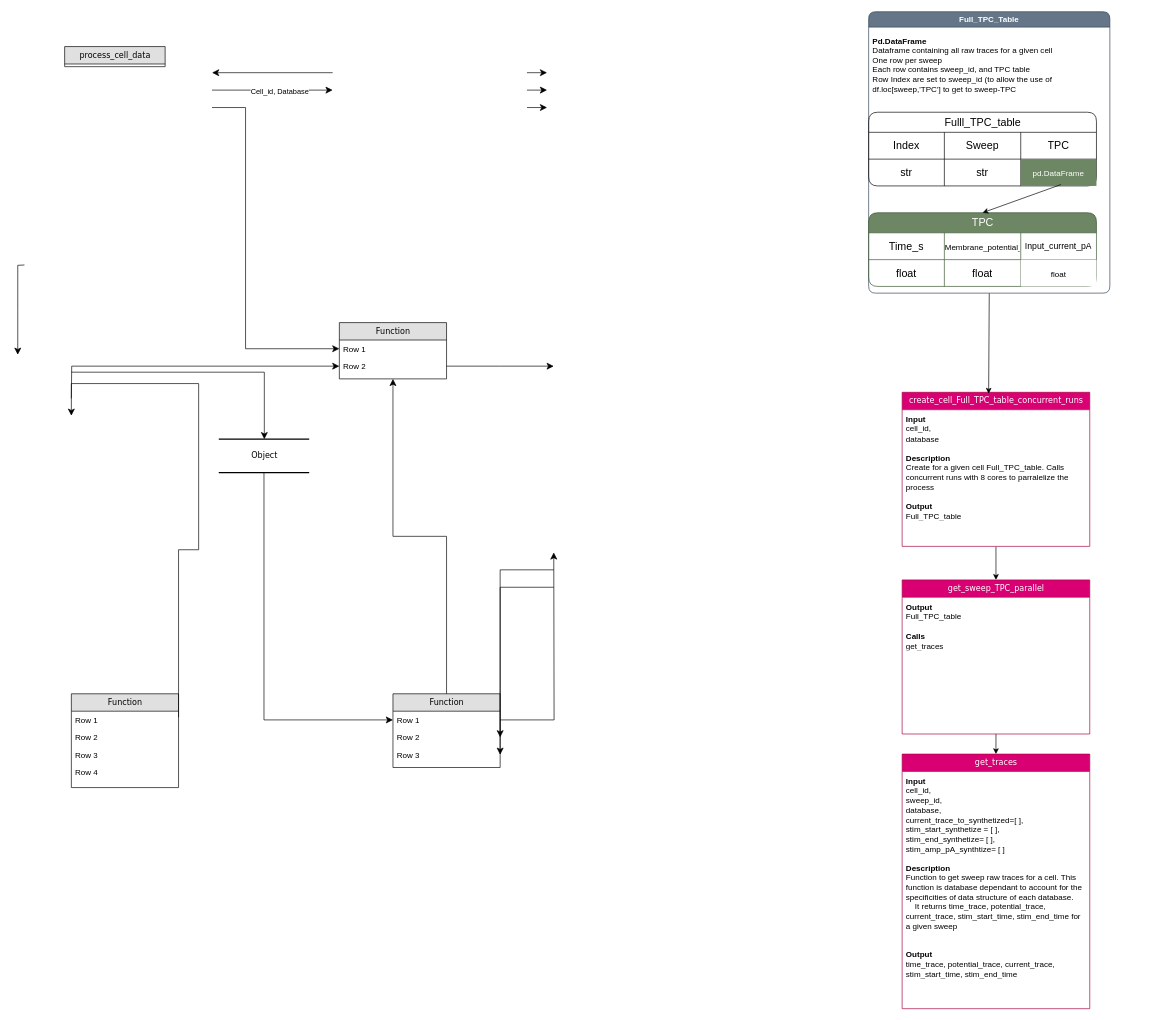
Above: Data_treatment_pipeline.drawio in Jballbe/Libraries (draw.io), before the change. Source tidied: cells renumbered, new cells numbered last; positions are measured from the earlier drawing's top-left corner, leaving out a move shared by most shapes. Both pictures are drawn from the tidied source at 67%, with x=0, y=0 at pixel (17, 11).
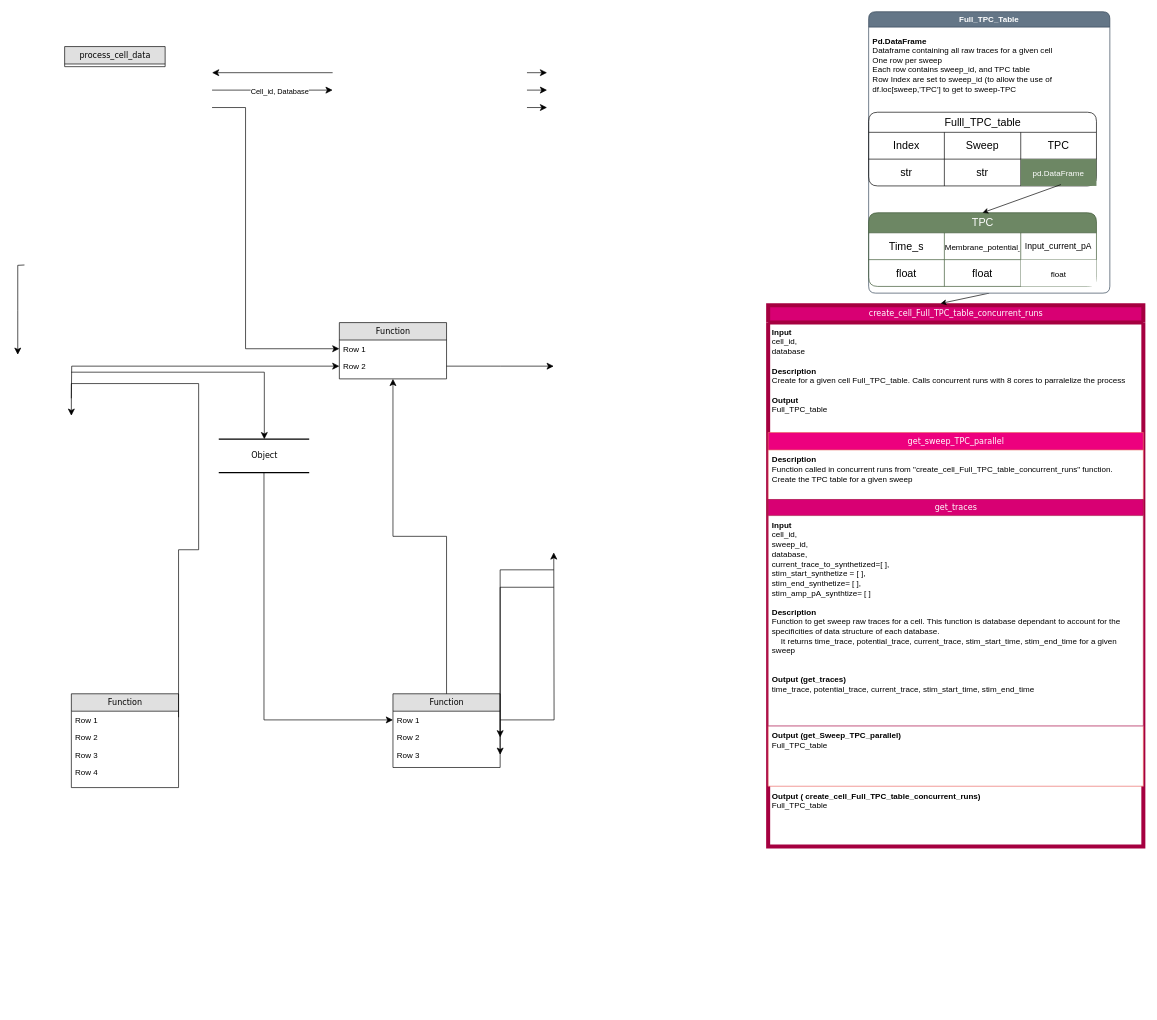
The same diagram, later.

Commit message:
Mettre à jour Data_treatment_pipeline.drawio

What changed in the source:
```diff
@@
-    <mxCell id="3" style="edgeStyle=none;shape=connector;rounded=1;hachureGap=4;jettySize=auto;html=1;exitX=0.5;exitY=1;exitDx=0;exitDy=0;entryX=0.5;entryY=0;entryDx=0;entryDy=0;labelBackgroundColor=default;strokeColor=default;fontFamily=Helvetica;fontSize=12;fontColor=default;endArrow=classic;" parent="1" edge="1" source="4" target="61">
-      <mxGeometry relative="1" as="geometry" />
-    </mxCell>
-    <mxCell id="4" value="create_cell_Full_TPC_table_concurrent_runs" style="swimlane;html=1;fontStyle=0;horizontal=1;startSize=26;fillColor=#d80073;swimlaneFillColor=#ffffff;align=center;rounded=0;shadow=0;comic=0;labelBackgroundColor=none;strokeWidth=1;fontFamily=Verdana;fontSize=12;fontColor=#ffffff;strokeColor=#A50040;" parent="1" vertex="1">
-      <mxGeometry x="1320" y="568" width="280" height="230" as="geometry" />
+    <mxCell id="4" value="create_cell_Full_TPC_table_concurrent_runs" style="swimlane;html=1;fontStyle=0;horizontal=1;startSize=26;fillColor=#d80073;swimlaneFillColor=#ffffff;align=center;rounded=0;shadow=0;comic=0;labelBackgroundColor=none;strokeWidth=6;fontFamily=Verdana;fontSize=12;fontColor=#ffffff;strokeColor=#A50040;perimeterSpacing=10;" parent="1" vertex="1">
+      <mxGeometry x="1120" y="438" width="560" height="808" as="geometry" />
     </mxCell>
     <mxCell id="5" value="&lt;div style=&quot;font-size: 12px;&quot;&gt;&lt;b&gt;Input&lt;/b&gt;&lt;/div&gt;&lt;div style=&quot;font-size: 12px;&quot;&gt;cell_id,&lt;/div&gt;&lt;div style=&quot;font-size: 12px;&quot;&gt;database&lt;/div&gt;&lt;div style=&quot;font-size: 12px;&quot;&gt;&lt;br&gt;&lt;/div&gt;&lt;div style=&quot;font-size: 12px;&quot;&gt;&lt;b&gt;Description&lt;/b&gt;&lt;/div&gt;&lt;div style=&quot;font-size: 12px;&quot;&gt;Create for a given cell Full_TPC_table. Calls concurrent runs with 8 cores to parralelize the process&lt;b&gt;&lt;br&gt;&lt;/b&gt;&lt;/div&gt;&lt;div style=&quot;font-size: 12px;&quot;&gt;&lt;br&gt;&lt;/div&gt;&lt;div style=&quot;font-size: 12px;&quot;&gt;&lt;b&gt;Output&lt;/b&gt;&lt;/div&gt;&lt;div style=&quot;font-size: 12px;&quot;&gt;Full_TPC_table&lt;/div&gt;" style="text;html=1;strokeColor=none;fillColor=none;spacingLeft=4;spacingRight=4;whiteSpace=wrap;overflow=hidden;spacingTop=1;spacing=2;fontSize=12;rounded=0;" parent="4" vertex="1">
-      <mxGeometry y="26" width="280" height="164" as="geometry" />
+      <mxGeometry y="26" width="560" height="164" as="geometry" />
     </mxCell>
+    <mxCell id="61" value="get_sweep_TPC_parallel" style="swimlane;html=1;fontStyle=0;horizontal=1;startSize=26;fillColor=#ED007E;swimlaneFillColor=#ffffff;align=center;rounded=0;shadow=0;comic=0;labelBackgroundColor=none;strokeWidth=1;fontFamily=Verdana;fontSize=12;fontColor=#ffffff;strokeColor=#EA6B66;" parent="4" vertex="1">
+      <mxGeometry y="190" width="560" height="528" as="geometry" />
+    </mxCell>
+    <mxCell id="62" value="&lt;div style=&quot;font-size: 12px;&quot;&gt;&lt;div style=&quot;border-color: var(--border-color);&quot;&gt;&lt;b style=&quot;border-color: var(--border-color);&quot;&gt;Description&lt;/b&gt;&lt;/div&gt;&lt;div style=&quot;border-color: var(--border-color);&quot;&gt;&lt;div style=&quot;border-color: var(--border-color);&quot;&gt;Function called in concurrent runs from &quot;create_cell_Full_TPC_table_concurrent_runs&quot; function.&amp;nbsp;&lt;/div&gt;&lt;div style=&quot;border-color: var(--border-color);&quot;&gt;Create the TPC table for a given sweep&lt;/div&gt;&lt;/div&gt;&lt;/div&gt;" style="text;html=1;strokeColor=none;fillColor=none;spacingLeft=4;spacingRight=4;whiteSpace=wrap;overflow=hidden;spacingTop=1;spacing=2;fontSize=12;rounded=0;" parent="61" vertex="1">
+      <mxGeometry y="26" width="560" height="74" as="geometry" />
+    </mxCell>
+    <mxCell id="36" value="get_traces" style="swimlane;html=1;fontStyle=0;horizontal=1;startSize=24;fillColor=#d80073;swimlaneFillColor=#ffffff;align=center;rounded=0;shadow=0;comic=0;labelBackgroundColor=none;strokeWidth=1;fontFamily=Verdana;fontSize=12;fontColor=#ffffff;strokeColor=#A50040;" parent="61" vertex="1">
+      <mxGeometry y="100" width="560" height="338" as="geometry" />
+    </mxCell>
+    <mxCell id="37" value="&lt;div style=&quot;font-size: 12px;&quot;&gt;&lt;b&gt;Input&lt;/b&gt;&lt;/div&gt;&lt;div style=&quot;font-size: 12px;&quot;&gt;cell_id,&lt;/div&gt;&lt;div style=&quot;font-size: 12px;&quot;&gt;sweep_id,&lt;/div&gt;&lt;div style=&quot;font-size: 12px;&quot;&gt;database,&lt;/div&gt;&lt;div style=&quot;font-size: 12px;&quot;&gt;current_trace_to_synthetized=[ ],&lt;/div&gt;&lt;div style=&quot;font-size: 12px;&quot;&gt;stim_start_synthetize = [ ],&lt;/div&gt;&lt;div style=&quot;font-size: 12px;&quot;&gt;stim_end_synthetize= [ ],&lt;/div&gt;&lt;div style=&quot;font-size: 12px;&quot;&gt;stim_amp_pA_synthtize= [ ]&lt;/div&gt;&lt;div style=&quot;font-size: 12px;&quot;&gt;&lt;br&gt;&lt;/div&gt;&lt;div style=&quot;font-size: 12px;&quot;&gt;&lt;b&gt;Description&lt;/b&gt;&lt;/div&gt;&lt;div style=&quot;font-size: 12px;&quot;&gt;&lt;div&gt;Function to get sweep raw traces for a cell. This function is database dependant to account for the specificities of data structure of each database.&lt;/div&gt;&lt;div&gt;&amp;nbsp; &amp;nbsp; It returns time_trace, potential_trace, current_trace, stim_start_time, stim_end_time for a given sweep&lt;/div&gt;&lt;div&gt;&lt;br&gt;&lt;/div&gt;&lt;/div&gt;&lt;div style=&quot;font-size: 12px;&quot;&gt;&lt;br&gt;&lt;/div&gt;&lt;div style=&quot;font-size: 12px;&quot;&gt;&lt;b&gt;Output (get_traces)&lt;/b&gt;&lt;/div&gt;&lt;div style=&quot;font-size: 12px;&quot;&gt;time_trace, potential_trace, current_trace, stim_start_time, stim_end_time&lt;/div&gt;" style="text;html=1;strokeColor=none;fillColor=none;spacingLeft=4;spacingRight=4;whiteSpace=wrap;overflow=hidden;spacingTop=1;spacing=2;fontSize=12;rounded=0;" parent="36" vertex="1">
+      <mxGeometry y="24" width="560" height="314" as="geometry" />
+    </mxCell>
+    <mxCell id="63" value="&lt;div style=&quot;font-size: 12px;&quot;&gt;&lt;div style=&quot;border-color: var(--border-color);&quot;&gt;&lt;b&gt;Output (get_Sweep_TPC_parallel)&lt;/b&gt;&lt;br&gt;&lt;/div&gt;&lt;/div&gt;&lt;div style=&quot;font-size: 12px;&quot;&gt;Full_TPC_table&lt;/div&gt;&lt;div style=&quot;font-size: 12px;&quot;&gt;&lt;br&gt;&lt;/div&gt;&lt;div style=&quot;font-size: 12px;&quot;&gt;&lt;br&gt;&lt;/div&gt;" style="text;html=1;strokeColor=none;fillColor=none;spacingLeft=4;spacingRight=4;whiteSpace=wrap;overflow=hidden;spacingTop=1;spacing=2;fontSize=12;rounded=0;" parent="61" vertex="1">
+      <mxGeometry y="438" width="560" height="90" as="geometry" />
+    </mxCell>
@@
-    <mxCell id="36" value="get_traces" style="swimlane;html=1;fontStyle=0;horizontal=1;startSize=26;fillColor=#d80073;swimlaneFillColor=#ffffff;align=center;rounded=0;shadow=0;comic=0;labelBackgroundColor=none;strokeWidth=1;fontFamily=Verdana;fontSize=12;fontColor=#ffffff;strokeColor=#A50040;" parent="1" vertex="1">
-      <mxGeometry x="1320" y="1108" width="280" height="380" as="geometry" />
-    </mxCell>
-    <mxCell id="37" value="&lt;div style=&quot;font-size: 12px;&quot;&gt;&lt;b&gt;Input&lt;/b&gt;&lt;/div&gt;&lt;div style=&quot;font-size: 12px;&quot;&gt;cell_id,&lt;/div&gt;&lt;div style=&quot;font-size: 12px;&quot;&gt;sweep_id,&lt;/div&gt;&lt;div style=&quot;font-size: 12px;&quot;&gt;database,&lt;/div&gt;&lt;div style=&quot;font-size: 12px;&quot;&gt;current_trace_to_synthetized=[ ],&lt;/div&gt;&lt;div style=&quot;font-size: 12px;&quot;&gt;stim_start_synthetize = [ ],&lt;/div&gt;&lt;div style=&quot;font-size: 12px;&quot;&gt;stim_end_synthetize= [ ],&lt;/div&gt;&lt;div style=&quot;font-size: 12px;&quot;&gt;stim_amp_pA_synthtize= [ ]&lt;/div&gt;&lt;div style=&quot;font-size: 12px;&quot;&gt;&lt;br&gt;&lt;/div&gt;&lt;div style=&quot;font-size: 12px;&quot;&gt;&lt;b&gt;Description&lt;/b&gt;&lt;/div&gt;&lt;div style=&quot;font-size: 12px;&quot;&gt;&lt;div&gt;Function to get sweep raw traces for a cell. This function is database dependant to account for the specificities of data structure of each database.&lt;/div&gt;&lt;div&gt;&amp;nbsp; &amp;nbsp; It returns time_trace, potential_trace, current_trace, stim_start_time, stim_end_time for a given sweep&lt;/div&gt;&lt;div&gt;&lt;br&gt;&lt;/div&gt;&lt;/div&gt;&lt;div style=&quot;font-size: 12px;&quot;&gt;&lt;br&gt;&lt;/div&gt;&lt;div style=&quot;font-size: 12px;&quot;&gt;&lt;b&gt;Output&lt;/b&gt;&lt;/div&gt;&lt;div style=&quot;font-size: 12px;&quot;&gt;time_trace, potential_trace, current_trace, stim_start_time, stim_end_time&lt;/div&gt;" style="text;html=1;strokeColor=none;fillColor=none;spacingLeft=4;spacingRight=4;whiteSpace=wrap;overflow=hidden;spacingTop=1;spacing=2;fontSize=12;rounded=0;" parent="36" vertex="1">
-      <mxGeometry y="26" width="280" height="314" as="geometry" />
-    </mxCell>
@@
-    <mxCell id="60" style="edgeStyle=none;shape=connector;rounded=1;hachureGap=4;jettySize=auto;html=1;exitX=0.5;exitY=1;exitDx=0;exitDy=0;entryX=0.5;entryY=0;entryDx=0;entryDy=0;labelBackgroundColor=default;strokeColor=default;fontFamily=Helvetica;fontSize=12;fontColor=default;endArrow=classic;" parent="1" edge="1" source="61" target="36">
-      <mxGeometry relative="1" as="geometry" />
-    </mxCell>
-    <mxCell id="61" value="get_sweep_TPC_parallel" style="swimlane;html=1;fontStyle=0;horizontal=1;startSize=26;fillColor=#d80073;swimlaneFillColor=#ffffff;align=center;rounded=0;shadow=0;comic=0;labelBackgroundColor=none;strokeWidth=1;fontFamily=Verdana;fontSize=12;fontColor=#ffffff;strokeColor=#A50040;" parent="1" vertex="1">
-      <mxGeometry x="1320" y="848" width="280" height="230" as="geometry" />
-    </mxCell>
-    <mxCell id="62" value="&lt;div style=&quot;font-size: 12px;&quot;&gt;&lt;b&gt;Output&lt;/b&gt;&lt;br&gt;&lt;/div&gt;&lt;div style=&quot;font-size: 12px;&quot;&gt;Full_TPC_table&lt;/div&gt;&lt;div style=&quot;font-size: 12px;&quot;&gt;&lt;br&gt;&lt;/div&gt;&lt;div style=&quot;font-size: 12px;&quot;&gt;&lt;b&gt;Calls&lt;/b&gt;&lt;/div&gt;&lt;div style=&quot;font-size: 12px;&quot;&gt;get_traces&lt;/div&gt;" style="text;html=1;strokeColor=none;fillColor=none;spacingLeft=4;spacingRight=4;whiteSpace=wrap;overflow=hidden;spacingTop=1;spacing=2;fontSize=12;rounded=0;" parent="61" vertex="1">
-      <mxGeometry y="26" width="280" height="124" as="geometry" />
-    </mxCell>
+    <mxCell id="64" value="&lt;div style=&quot;font-size: 12px;&quot;&gt;&lt;div style=&quot;border-color: var(--border-color);&quot;&gt;&lt;b&gt;Output (&amp;nbsp;create_cell_Full_TPC_table_concurrent_runs)&lt;/b&gt;&lt;br&gt;&lt;/div&gt;&lt;/div&gt;&lt;div style=&quot;font-size: 12px;&quot;&gt;Full_TPC_table&lt;/div&gt;&lt;div style=&quot;font-size: 12px;&quot;&gt;&lt;br&gt;&lt;/div&gt;&lt;div style=&quot;font-size: 12px;&quot;&gt;&lt;br&gt;&lt;/div&gt;" style="text;html=1;strokeColor=none;fillColor=none;spacingLeft=4;spacingRight=4;whiteSpace=wrap;overflow=hidden;spacingTop=1;spacing=2;fontSize=12;rounded=0;" parent="1" vertex="1">
+      <mxGeometry x="1120" y="1156" width="560" height="48" as="geometry" />
+    </mxCell>
```
